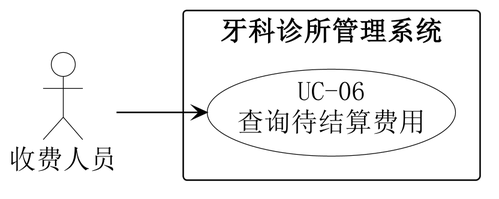
Before: 01-需求文档/diagrams/07-06-system-use-case.png, a diagram exported from PlantUML (Shawmc-creator/systemAnalyseAndDesign). Source of this version:
```plantuml
@startuml
left to right direction
skinparam backgroundColor white
skinparam shadowing false
skinparam defaultFontName SimSun
skinparam defaultFontSize 18
skinparam dpi 240
skinparam ArrowColor black
skinparam actor {
 BorderColor black
 BackgroundColor white
}
skinparam usecase {
 BorderColor black
 BackgroundColor white
}
skinparam rectangle {
 BorderColor black
 BackgroundColor white
}
actor "收费人员" as A
rectangle "牙科诊所管理系统" {
 usecase "UC-06\n查询待结算费用" as U
}
A --> U
@enduml
```
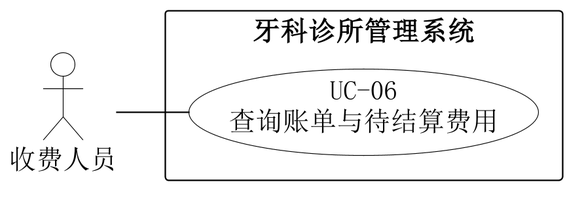
The same file after the commit.

What changed in the source:
```diff
@@ -1,11 +1,12 @@
 @startuml
-left to right direction
 skinparam backgroundColor white
 skinparam shadowing false
 skinparam defaultFontName SimSun
 skinparam defaultFontSize 18
-skinparam dpi 240
+skinparam dpi 220
 skinparam ArrowColor black
+skinparam nodesep 22
+skinparam ranksep 48
 skinparam actor {
  BorderColor black
  BackgroundColor white
@@ -18,9 +19,11 @@
  BorderColor black
  BackgroundColor white
 }
-actor "收费人员" as A
+left to right direction
+actor "收费人员" as A0
 rectangle "牙科诊所管理系统" {
- usecase "UC-06\n查询待结算费用" as U
+ usecase "UC-06\n查询账单与待结算费用" as U
 }
-A --> U
+A0 -- U
+
 @enduml
```
